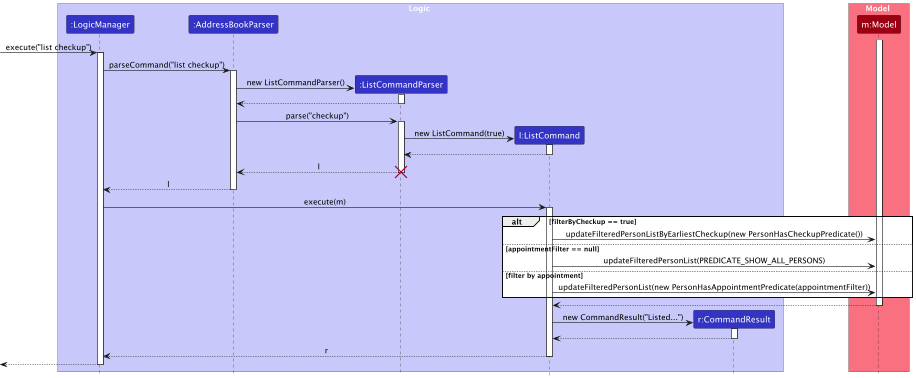
This is docs/images/ListCommandSequenceDiagram.png from chanjunlin/tp, a PlantUML export, as it was before one commit.
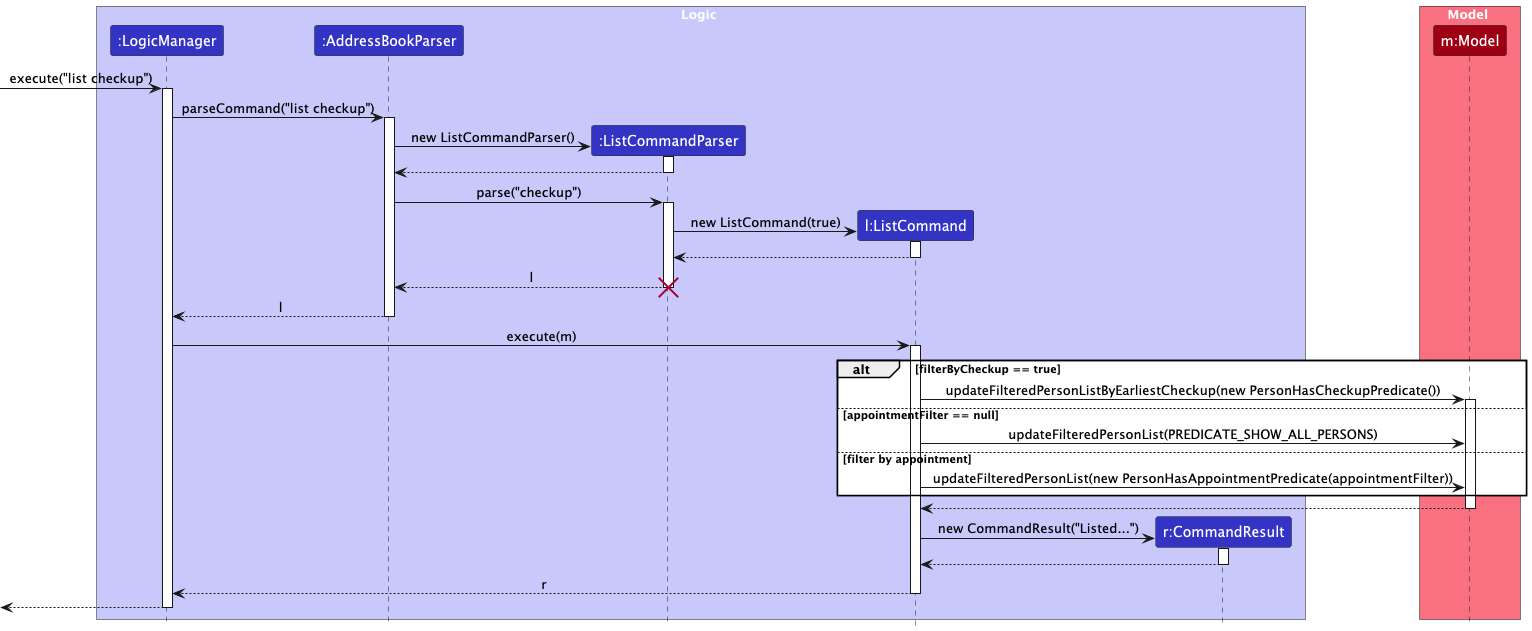
After the commit.

Commit message:
Edit edit and add command UML diagram

What changed in the source:
```diff
@@ -47,13 +47,15 @@
 
 alt filterByCheckup == true
     ListCommand -> Model : updateFilteredPersonListByEarliestCheckup(new PersonHasCheckupPredicate())
+    activate Model
 else appointmentFilter == null
     ListCommand -> Model : updateFilteredPersonList(PREDICATE_SHOW_ALL_PERSONS)
 else filter by appointment
     ListCommand -> Model : updateFilteredPersonList(new PersonHasAppointmentPredicate(appointmentFilter))
 end
-activate Model
+
 Model --> ListCommand
+
 deactivate Model
 
 create CommandResult
```
